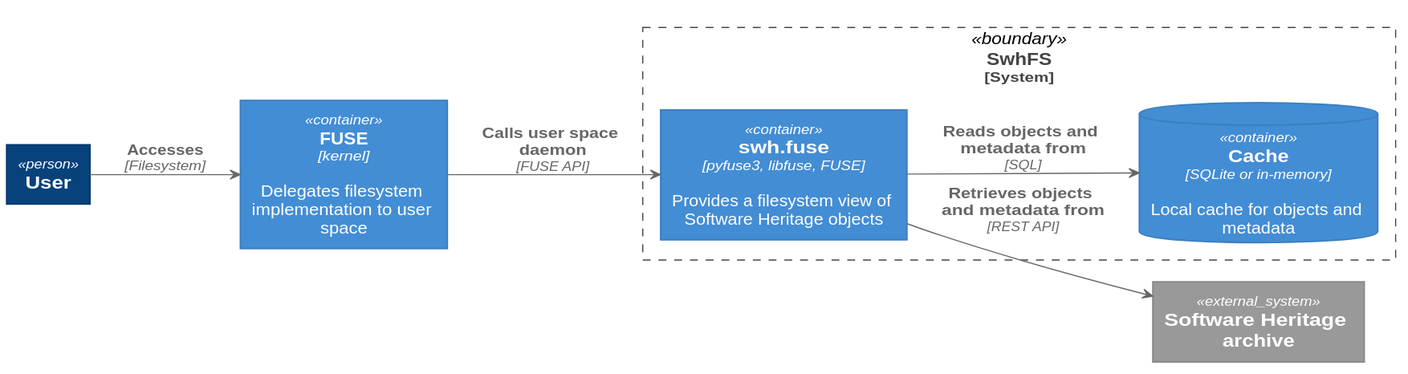
SoftwareHeritage/swh-fuse keeps this PlantUML diagram as docs/images/arch-container.svg. Above is the earlier version.
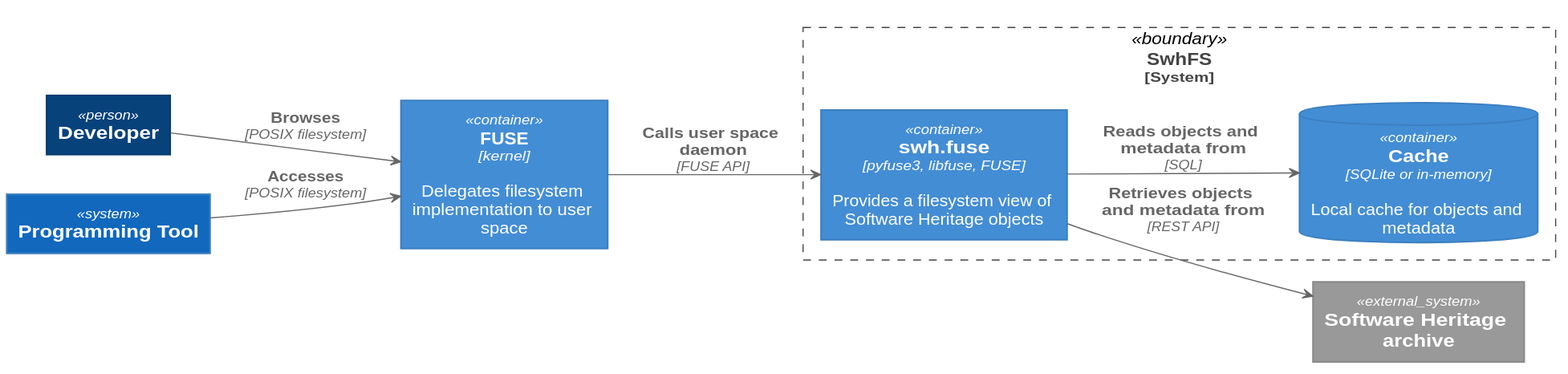
Later version of the same file.

Commit message:
arch diagram: separate user/tool

Diff of the diagram source:
```diff
@@ -134,7 +134,8 @@
 
 left to right direction
 
-rectangle "==User" <<person>> as user
+rectangle "==Developer" <<person>> as user
+rectangle "==Programming Tool" <<system>> as tool
 rectangle "==FUSE\n//<size:12>[kernel]</size>//\n\n Delegates filesystem implementation to user space" <<container>> as fuse
 
 rectangle "==SwhFS\n<size:12>[System]</size>" <<boundary>> as swhfs_bound {
@@ -145,7 +146,8 @@
 
 rectangle "==Software Heritage archive" <<external_system>> as archive
 
-user --> fuse : "===Accesses\n//<size:12>[Filesystem]</size>//"
+user --> fuse : "===Browses\n//<size:12>[POSIX filesystem]</size>//"
+tool --> fuse : "===Accesses\n//<size:12>[POSIX filesystem]</size>//"
 fuse --> swh_fuse : "===Calls user space daemon\n//<size:12>[FUSE API]</size>//"
 swh_fuse --> archive : "===Retrieves objects and metadata from\n//<size:12>[REST API]</size>//"
 
```
